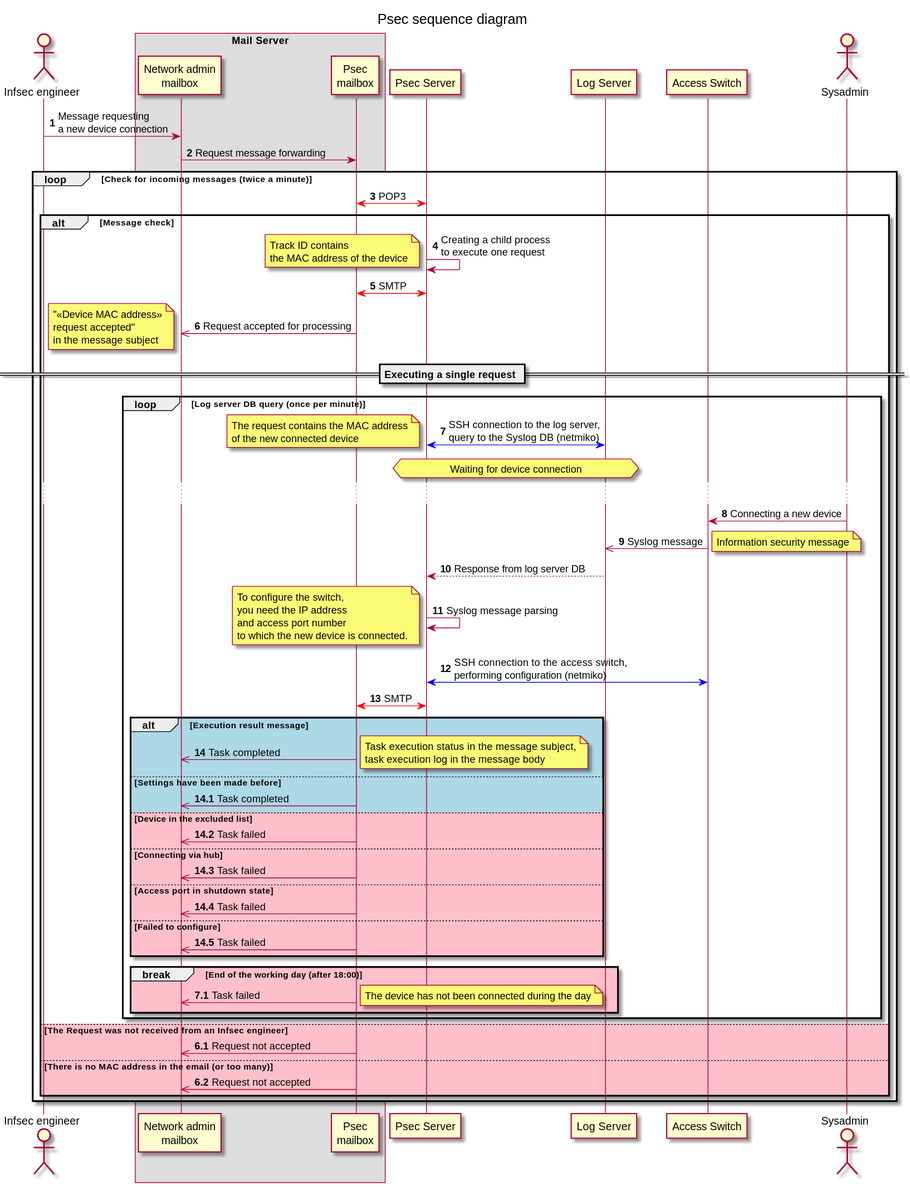
This is psec.svg from dzmartli/psec, a PlantUML export, as it was before one commit.
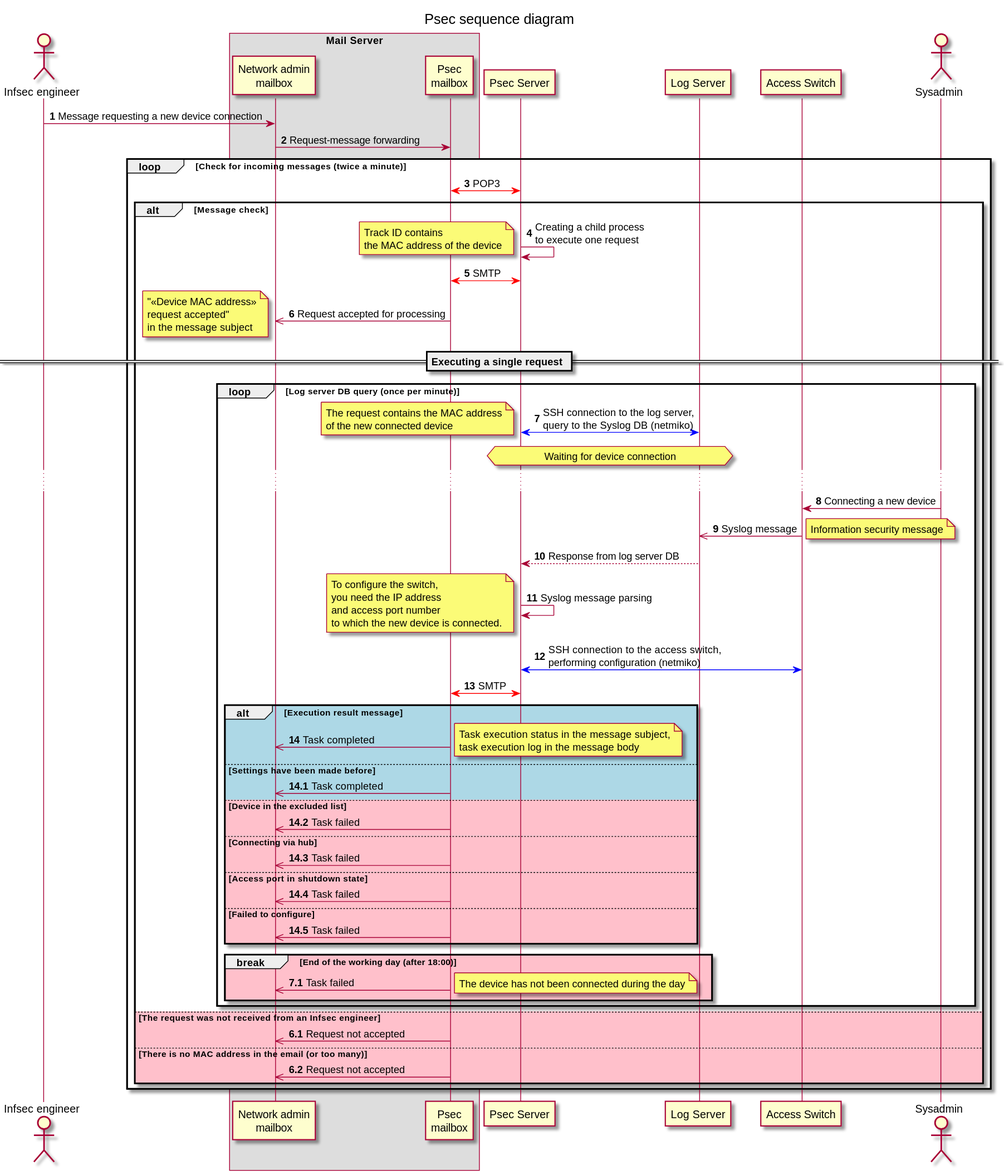
The same file after the commit.

Change to the diagram source:
```diff
@@ -10,8 +10,8 @@
 participant "Log Server" as Foo4
 participant "Access Switch" as Foo5
 actor "Sysadmin" as Foo6
-Foo -> Foo1 : Message requesting\na new device connection
-Foo1 -> Foo2 : Request message forwarding
+Foo -> Foo1 : Message requesting a new device connection
+Foo1 -> Foo2 : Request-message forwarding
 loop Check for incoming messages (twice a minute)
     Foo3 <-[#red]> Foo2 : POP3
 alt Message check
@@ -78,7 +78,7 @@
         end
     end
 autonumber 6.1
-else #Pink The Request was not received from an Infsec engineer
+else #Pink The request was not received from an Infsec engineer
     Foo2 ->> Foo1 : Request not accepted
 else #Pink There is no MAC address in the email (or too many)
     Foo2 ->> Foo1 : Request not accepted
```
